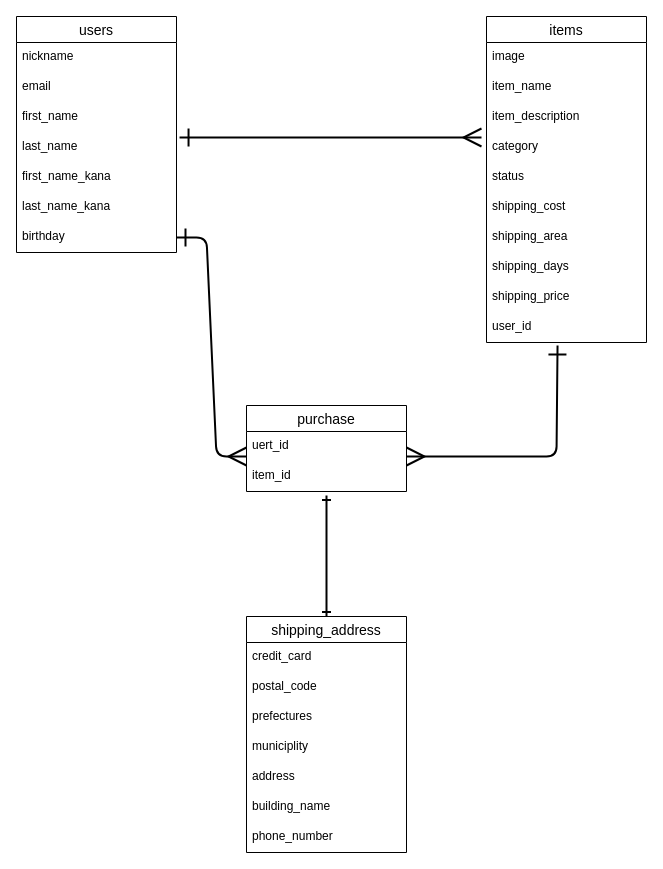
The draw.io diagram ER.dio in kiserukun/furima32003, before the edit. Source tidied: cells renumbered, new cells numbered last; positions are measured from the earlier drawing's top-left corner, leaving out a move shared by most shapes. Both pictures are drawn from the tidied source at 100%, with x=0, y=0 at pixel (16, 16).
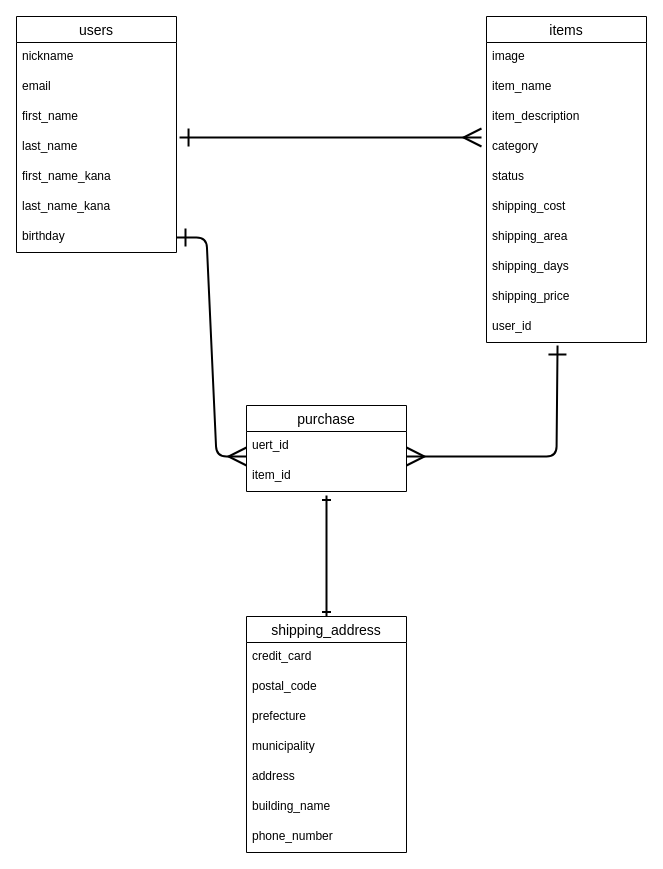
After the change.

Unchanged cells that the change refers to:
```xml
<mxCell id="24" value="shipping_address" style="swimlane;fontStyle=0;horizontal=1;startSize=26;align=center;fontSize=14;" parent="1" vertex="1">
  <mxGeometry x="230" y="600" width="160" height="236" as="geometry" />
</mxCell>
```

What changed in the source:
```diff
@@
-    <mxCell id="27" value="prefectures" style="text;strokeColor=none;fillColor=none;spacingLeft=4;spacingRight=4;overflow=hidden;fontSize=12;" parent="24" vertex="1">
+    <mxCell id="27" value="prefecture" style="text;strokeColor=none;fillColor=none;spacingLeft=4;spacingRight=4;overflow=hidden;fontSize=12;" parent="24" vertex="1">
       <mxGeometry y="86" width="160" height="30" as="geometry" />
     </mxCell>
-    <mxCell id="28" value="municiplity" style="text;strokeColor=none;fillColor=none;spacingLeft=4;spacingRight=4;overflow=hidden;fontSize=12;" parent="24" vertex="1">
+    <mxCell id="28" value="municipality" style="text;strokeColor=none;fillColor=none;spacingLeft=4;spacingRight=4;overflow=hidden;fontSize=12;" parent="24" vertex="1">
       <mxGeometry y="116" width="160" height="30" as="geometry" />
     </mxCell>
```
